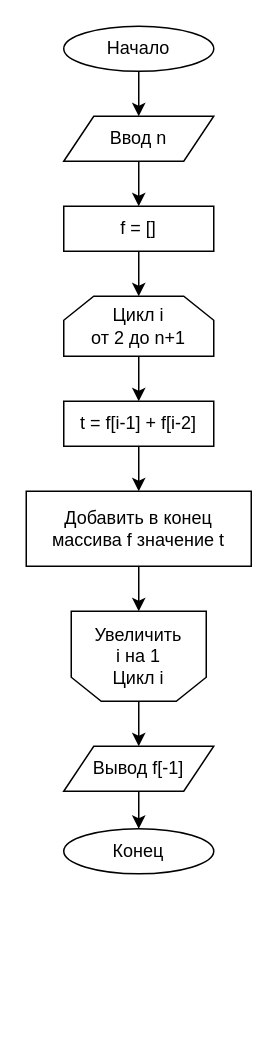
Above: page "2.2.1" (1 of 9) of Блок-схемы.drawio in hantagu/practice (draw.io), before the change. Source tidied: cells renumbered, new cells numbered last; positions are measured from the earlier drawing's top-left corner, leaving out a move shared by most shapes. Both pictures are drawn from the tidied source at 150%, with x=0, y=0 at pixel (26, 26).
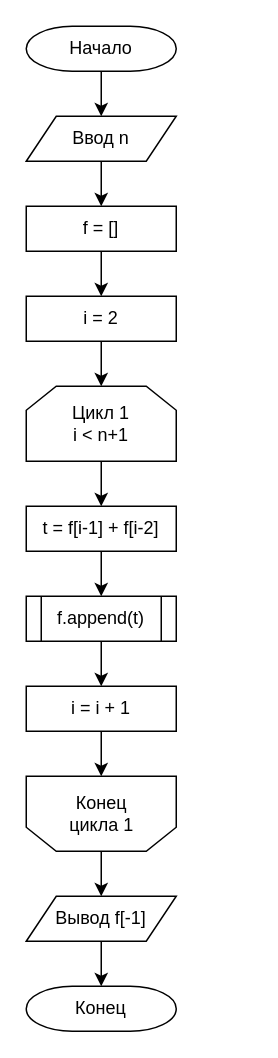
Above is the later version.

Diff of the diagram source:
```diff
@@
-    <mxCell id="2" style="edgeStyle=orthogonalEdgeStyle;rounded=0;jettySize=auto;html=1;exitX=0.5;exitY=1;exitDx=0;exitDy=0;entryX=0.5;entryY=0;entryDx=0;entryDy=0;" parent="1" edge="1" source="3" target="6">
-      <mxGeometry relative="1" as="geometry" />
+    <mxCell id="2" style="edgeStyle=orthogonalEdgeStyle;rounded=0;jettySize=auto;html=1;exitX=0.5;exitY=1;exitDx=0;exitDy=0;entryX=0.5;entryY=0;entryDx=0;entryDy=0;" parent="1" edge="1" target="6">
+      <mxGeometry relative="1" as="geometry">
+        <mxPoint x="50" y="30" as="sourcePoint" />
+      </mxGeometry>
     </mxCell>
-    <mxCell id="3" value="Начало" style="ellipse;whiteSpace=wrap;html=1;" parent="1" vertex="1">
-      <mxGeometry x="25" width="100" height="30" as="geometry" />
-    </mxCell>
-    <mxCell id="4" value="Конец" style="ellipse;whiteSpace=wrap;html=1;" parent="1" vertex="1">
-      <mxGeometry x="25" y="535" width="100" height="30" as="geometry" />
-    </mxCell>
@@
     <mxCell id="6" value="Ввод n" style="shape=parallelogram;perimeter=parallelogramPerimeter;whiteSpace=wrap;html=1;fixedSize=1;" parent="1" vertex="1">
-      <mxGeometry x="25" y="60" width="100" height="30" as="geometry" />
+      <mxGeometry y="60" width="100" height="30" as="geometry" />
     </mxCell>
-    <mxCell id="7" style="edgeStyle=orthogonalEdgeStyle;rounded=0;jettySize=auto;html=1;exitX=0.5;exitY=1;exitDx=0;exitDy=0;entryX=0.5;entryY=0;entryDx=0;entryDy=0;" parent="1" edge="1" source="8" target="10">
-      <mxGeometry relative="1" as="geometry" />
-    </mxCell>
+    <mxCell id="21" style="edgeStyle=orthogonalEdgeStyle;rounded=0;jettySize=auto;html=1;exitX=0.5;exitY=1;exitDx=0;exitDy=0;entryX=0.5;entryY=0;entryDx=0;entryDy=0;" parent="1" edge="1" source="8" target="26">
+      <mxGeometry relative="1" as="geometry" />
+    </mxCell>
     <mxCell id="8" value="f = []" style="rounded=0;whiteSpace=wrap;html=1;" parent="1" vertex="1">
-      <mxGeometry x="25" y="120" width="100" height="30" as="geometry" />
+      <mxGeometry y="120" width="100" height="30" as="geometry" />
     </mxCell>
@@
-    <mxCell id="10" value="&lt;div&gt;Цикл i&lt;/div&gt;от 2 до n+1" style="shape=loopLimit;whiteSpace=wrap;html=1;" parent="1" vertex="1">
-      <mxGeometry x="25" y="180" width="100" height="40" as="geometry" />
+    <mxCell id="10" value="&lt;div&gt;Цикл 1&lt;br&gt;&lt;/div&gt;i &amp;lt; n+1" style="shape=loopLimit;whiteSpace=wrap;html=1;" parent="1" vertex="1">
+      <mxGeometry y="240" width="100" height="50" as="geometry" />
     </mxCell>
     <mxCell id="11" style="group;" parent="1" vertex="1">
-      <mxGeometry x="30" y="390" width="90" height="60" as="geometry" />
+      <mxGeometry y="500" width="100" height="50" as="geometry" />
     </mxCell>
     <mxCell id="12" style="shape=loopLimit;whiteSpace=wrap;html=1;rotation=-180;" parent="11" vertex="1">
-      <mxGeometry width="90" height="60" as="geometry" />
+      <mxGeometry width="100" height="50" as="geometry" />
     </mxCell>
-    <mxCell id="13" value="&lt;div&gt;Увеличить i на 1&lt;/div&gt;&lt;div&gt;Цикл i&lt;br&gt;&lt;/div&gt;" style="text;html=1;strokeColor=none;fillColor=none;align=center;verticalAlign=middle;whiteSpace=wrap;rounded=0;" parent="11" vertex="1">
-      <mxGeometry x="15" y="7.5" width="60" height="45" as="geometry" />
+    <mxCell id="13" value="Конец цикла 1" style="text;html=1;strokeColor=none;fillColor=none;align=center;verticalAlign=middle;whiteSpace=wrap;rounded=0;" parent="11" vertex="1">
+      <mxGeometry x="16.7" y="6.2" width="66.7" height="37.5" as="geometry" />
     </mxCell>
-    <mxCell id="14" style="edgeStyle=orthogonalEdgeStyle;rounded=0;jettySize=auto;html=1;exitX=0.5;exitY=1;exitDx=0;exitDy=0;entryX=0.5;entryY=1;entryDx=0;entryDy=0;" parent="1" edge="1" source="15" target="12">
-      <mxGeometry relative="1" as="geometry" />
-    </mxCell>
-    <mxCell id="15" value="Добавить в конец массива f значение t" style="rounded=0;whiteSpace=wrap;html=1;" parent="1" vertex="1">
-      <mxGeometry y="310" width="150" height="50" as="geometry" />
-    </mxCell>
-    <mxCell id="16" style="edgeStyle=orthogonalEdgeStyle;rounded=0;jettySize=auto;html=1;exitX=0.5;exitY=1;exitDx=0;exitDy=0;" parent="1" edge="1" source="17" target="15">
-      <mxGeometry relative="1" as="geometry" />
-    </mxCell>
+    <mxCell id="22" style="edgeStyle=orthogonalEdgeStyle;rounded=0;jettySize=auto;html=1;exitX=0.5;exitY=1;exitDx=0;exitDy=0;entryX=0.5;entryY=0;entryDx=0;entryDy=0;" parent="1" edge="1" source="17" target="24">
+      <mxGeometry relative="1" as="geometry" />
+    </mxCell>
     <mxCell id="17" value="t = f[i-1] + f[i-2]" style="rounded=0;whiteSpace=wrap;html=1;" parent="1" vertex="1">
-      <mxGeometry x="25" y="250" width="100" height="30" as="geometry" />
+      <mxGeometry y="320" width="100" height="30" as="geometry" />
     </mxCell>
-    <mxCell id="18" style="edgeStyle=orthogonalEdgeStyle;rounded=0;jettySize=auto;html=1;exitX=0.5;exitY=1;exitDx=0;exitDy=0;entryX=0.5;entryY=0;entryDx=0;entryDy=0;" parent="1" edge="1" source="19" target="4">
+    <mxCell id="18" style="edgeStyle=orthogonalEdgeStyle;rounded=0;jettySize=auto;html=1;exitX=0.5;exitY=1;exitDx=0;exitDy=0;entryX=0.5;entryY=0;entryDx=0;entryDy=0;entryPerimeter=0;" parent="1" edge="1" source="19" target="4">
       <mxGeometry relative="1" as="geometry" />
     </mxCell>
     <mxCell id="19" value="Вывод f[-1]" style="shape=parallelogram;perimeter=parallelogramPerimeter;whiteSpace=wrap;html=1;fixedSize=1;" parent="1" vertex="1">
-      <mxGeometry x="25" y="480" width="100" height="30" as="geometry" />
+      <mxGeometry y="580" width="100" height="30" as="geometry" />
     </mxCell>
@@
+    <mxCell id="3" value="Начало" style="strokeWidth=1;html=1;shape=mxgraph.flowchart.terminator;whiteSpace=wrap;" parent="1" vertex="1">
+      <mxGeometry width="100" height="30" as="geometry" />
+    </mxCell>
+    <mxCell id="4" value="Конец" style="strokeWidth=1;html=1;shape=mxgraph.flowchart.terminator;whiteSpace=wrap;" parent="1" vertex="1">
+      <mxGeometry y="640" width="100" height="30" as="geometry" />
+    </mxCell>
+    <mxCell id="23" style="edgeStyle=orthogonalEdgeStyle;rounded=0;jettySize=auto;html=1;exitX=0.5;exitY=1;exitDx=0;exitDy=0;entryX=0.5;entryY=0;entryDx=0;entryDy=0;" parent="1" edge="1" source="24" target="28">
+      <mxGeometry relative="1" as="geometry" />
+    </mxCell>
+    <mxCell id="24" value="f.append(t)" style="shape=process;whiteSpace=wrap;html=1;backgroundOutline=1;strokeWidth=1;" parent="1" vertex="1">
+      <mxGeometry y="380" width="100" height="30" as="geometry" />
+    </mxCell>
+    <mxCell id="25" style="edgeStyle=orthogonalEdgeStyle;rounded=0;jettySize=auto;html=1;exitX=0.5;exitY=1;exitDx=0;exitDy=0;entryX=0.5;entryY=0;entryDx=0;entryDy=0;" parent="1" edge="1" source="26" target="10">
+      <mxGeometry relative="1" as="geometry" />
+    </mxCell>
+    <mxCell id="26" value="i = 2" style="rounded=0;whiteSpace=wrap;html=1;" parent="1" vertex="1">
+      <mxGeometry y="180" width="100" height="30" as="geometry" />
+    </mxCell>
+    <mxCell id="27" style="edgeStyle=orthogonalEdgeStyle;rounded=0;jettySize=auto;html=1;exitX=0.5;exitY=1;exitDx=0;exitDy=0;entryX=0.5;entryY=1;entryDx=0;entryDy=0;" parent="1" edge="1" source="28" target="12">
+      <mxGeometry relative="1" as="geometry" />
+    </mxCell>
+    <mxCell id="28" value="i = i + 1" style="rounded=0;whiteSpace=wrap;html=1;" parent="1" vertex="1">
+      <mxGeometry y="440" width="100" height="30" as="geometry" />
+    </mxCell>
```
